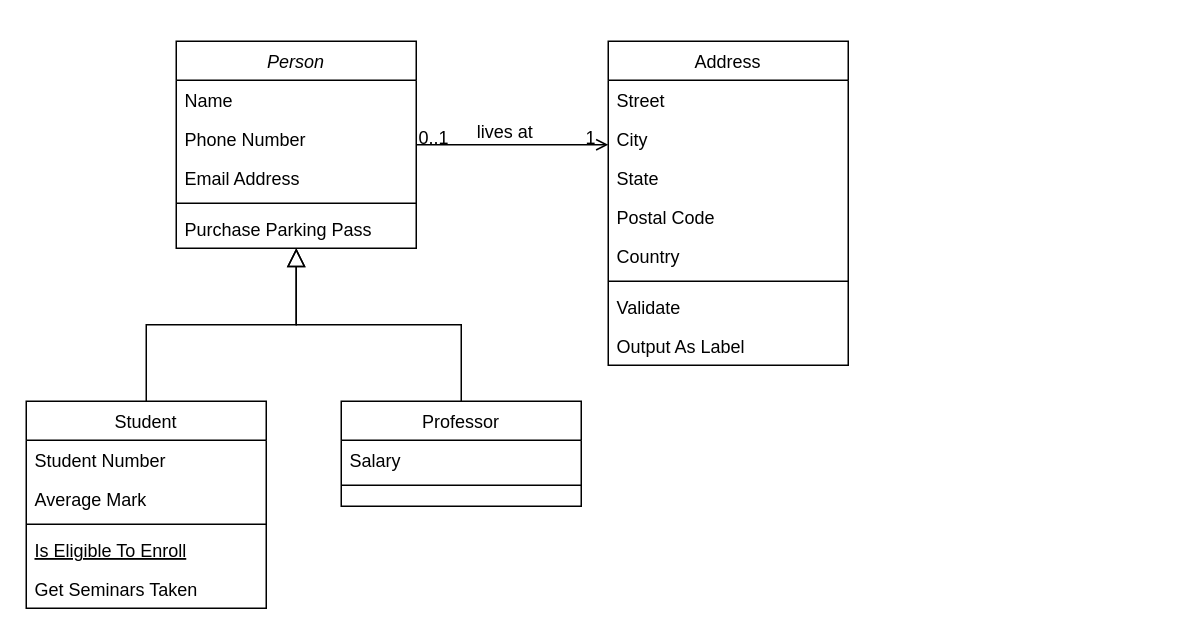
The draw.io diagram Untitled Diagram.drawio in aymen-developer-98/Easy_Access, before the edit. Source tidied: cells renumbered, new cells numbered last; positions are measured from the earlier drawing's top-left corner, leaving out a move shared by most shapes. Both pictures are drawn from the tidied source at 150%, with x=0, y=0 at pixel (26, 40).
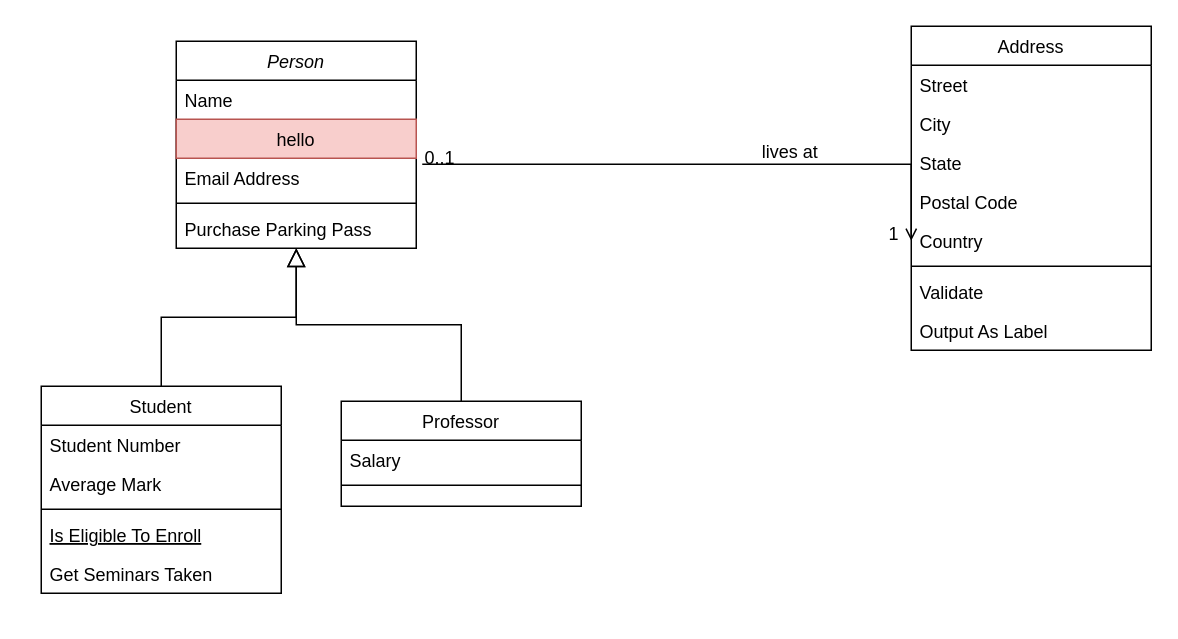
After the change.

Unchanged cells that the change refers to:
```xml
<mxCell id="2" value="Person" style="swimlane;fontStyle=2;align=center;verticalAlign=top;horizontal=1;startSize=26;rounded=0;shadow=0;strokeWidth=1;" parent="1" vertex="1">
  <mxGeometry x="100" width="160" height="138" as="geometry" />
</mxCell>
<mxCell id="5" value="Email Address" style="text;align=left;verticalAlign=top;spacingLeft=4;spacingRight=4;overflow=hidden;points=[[0,0.5],[1,0.5]];portConstraint=eastwest;rounded=0;shadow=0;html=0;" parent="2" vertex="1">
  <mxGeometry y="78" width="160" height="26" as="geometry" />
</mxCell>
<mxCell id="24" value="Country" style="text;align=left;verticalAlign=top;spacingLeft=4;spacingRight=4;overflow=hidden;points=[[0,0.5],[1,0.5]];portConstraint=eastwest;rounded=0;shadow=0;html=0;" parent="19" vertex="1">
  <mxGeometry y="130" width="160" height="26" as="geometry" />
</mxCell>
```

What changed in the source:
```diff
@@
-    <mxCell id="4" value="Phone Number" style="text;align=left;verticalAlign=top;spacingLeft=4;spacingRight=4;overflow=hidden;rounded=0;shadow=0;html=0;" parent="2" vertex="1">
+    <mxCell id="4" value="hello&#10;" style="text;align=center;verticalAlign=top;spacingLeft=4;spacingRight=4;overflow=hidden;rounded=0;shadow=0;html=0;fillColor=#f8cecc;strokeColor=#b85450;" parent="2" vertex="1">
       <mxGeometry y="52" width="160" height="26" as="geometry" />
     </mxCell>
@@
     <mxCell id="8" value="Student" style="swimlane;fontStyle=0;align=center;verticalAlign=top;horizontal=1;startSize=26;rounded=0;shadow=0;strokeWidth=1;" parent="1" vertex="1">
-      <mxGeometry y="240" width="160" height="138" as="geometry" />
+      <mxGeometry x="10" y="230" width="160" height="138" as="geometry" />
     </mxCell>
@@
     <mxCell id="19" value="Address" style="swimlane;fontStyle=0;align=center;verticalAlign=top;horizontal=1;startSize=26;rounded=0;shadow=0;strokeWidth=1;" parent="1" vertex="1">
-      <mxGeometry x="388" width="160" height="216" as="geometry" />
+      <mxGeometry x="590" y="-10" width="160" height="216" as="geometry" />
     </mxCell>
@@
-    <mxCell id="28" style="endArrow=open;shadow=0;strokeWidth=1;rounded=0;endFill=1;edgeStyle=elbowEdgeStyle;elbow=vertical;" parent="1" edge="1" source="2" target="19">
+    <mxCell id="28" style="endArrow=open;shadow=0;strokeWidth=1;rounded=0;endFill=1;edgeStyle=elbowEdgeStyle;elbow=vertical;entryX=0;entryY=0.5;entryDx=0;entryDy=0;exitX=1.025;exitY=0.154;exitDx=0;exitDy=0;exitPerimeter=0;" parent="1" edge="1" source="5" target="24">
       <mxGeometry x="0.5" y="41" relative="1" as="geometry">
+        <Array as="points">
+          <mxPoint x="440" y="82" />
+          <mxPoint x="450" y="150" />
+          <mxPoint x="340" y="130" />
+        </Array>
         <mxPoint x="-40" y="32" as="offset" />
       </mxGeometry>
     </mxCell>
```
